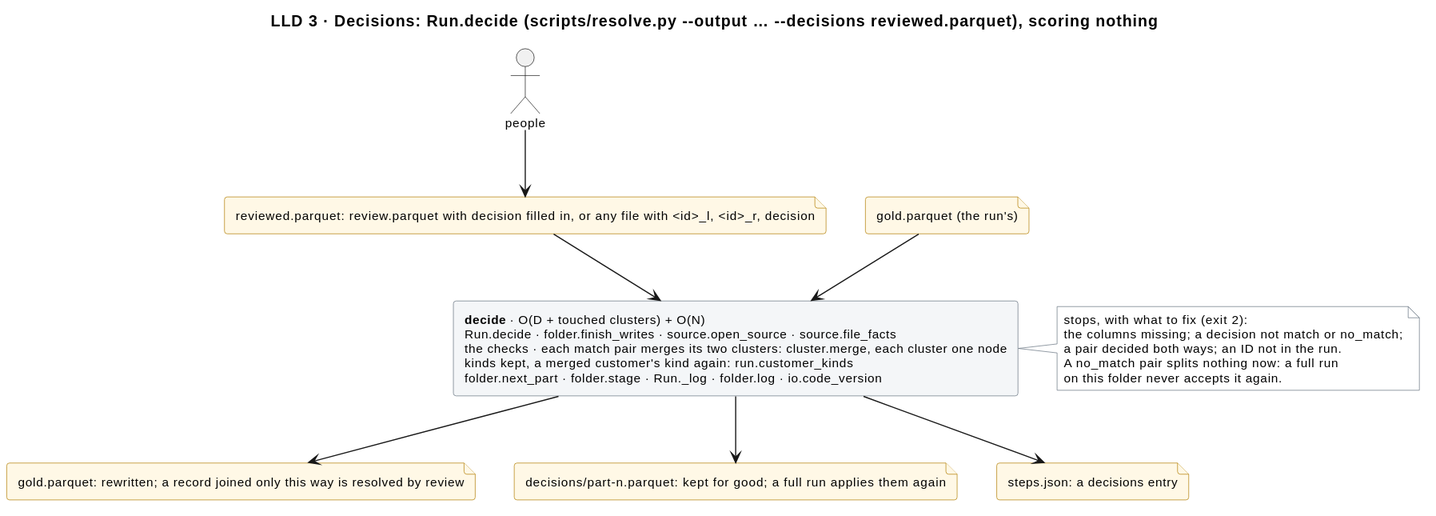
mvsbm/entity_matching keeps this PlantUML diagram as docs/diagrams/decisions.svg. Above is the earlier version.
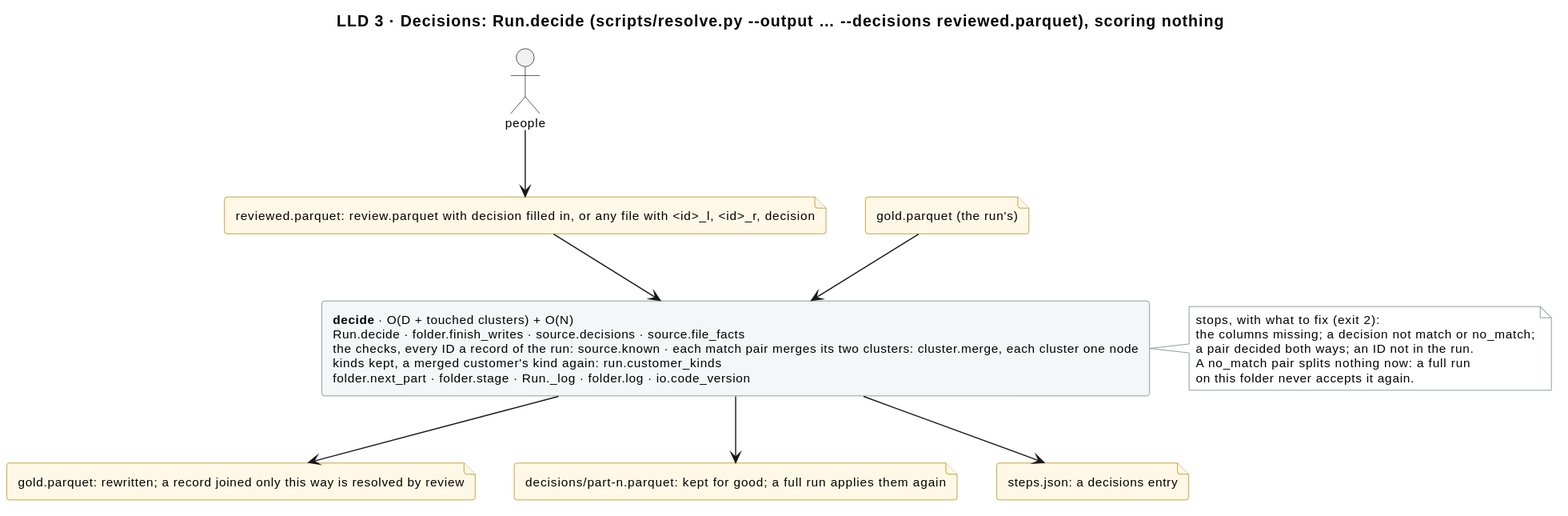
Above is the later version.

Commit message:
One door for people's files: answers and decisions enter through er.source

The edit, as a diff of the source:
```diff
@@ -18,7 +18,7 @@
 file "reviewed.parquet: review.parquet with decision filled in, or any file with <id>_l, <id>_r, decision" as f_decided
 file "gold.parquet (the run's)" as f_gold_in
 
-rectangle "<b>decide</b> · O(D + touched clusters) + O(N)\nRun.decide · folder.finish_writes · source.open_source · source.file_facts\nthe checks · each match pair merges its two clusters: cluster.merge, each cluster one node\nkinds kept, a merged customer's kind again: run.customer_kinds\nfolder.next_part · folder.stage · Run._log · folder.log · io.code_version" as decide
+rectangle "<b>decide</b> · O(D + touched clusters) + O(N)\nRun.decide · folder.finish_writes · source.decisions · source.file_facts\nthe checks, every ID a record of the run: source.known · each match pair merges its two clusters: cluster.merge, each cluster one node\nkinds kept, a merged customer's kind again: run.customer_kinds\nfolder.next_part · folder.stage · Run._log · folder.log · io.code_version" as decide
 
 note right of decide
   stops, with what to fix (exit 2):
```
